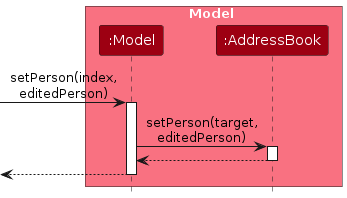
The PlantUML diagram diagrams/CategoriesSequenceDiagram-Model.png in AY2627S1-CS2103T-F12-2/tp, before a commit. Its source is kept beside it as diagrams/CategoriesSequenceDiagram-Model.puml.
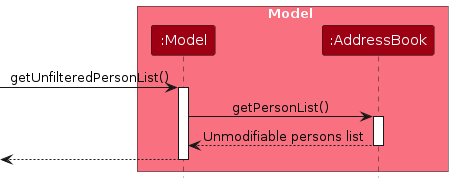
Above is the later version.

What changed in the source:
```diff
@@ -7,13 +7,13 @@
 participant ":AddressBook" as AddressBook MODEL_COLOR
 end box
 
-[-> Model : setPerson(index,\neditedPerson)
+[-> Model : getUnfilteredPersonList()
 activate Model
 
-Model -> AddressBook : setPerson(target,\neditedPerson)
+Model -> AddressBook : getPersonList()
 activate AddressBook
 
-AddressBook --> Model
+AddressBook --> Model : Unmodifiable persons list
 deactivate AddressBook
 
 [<-- Model
```
